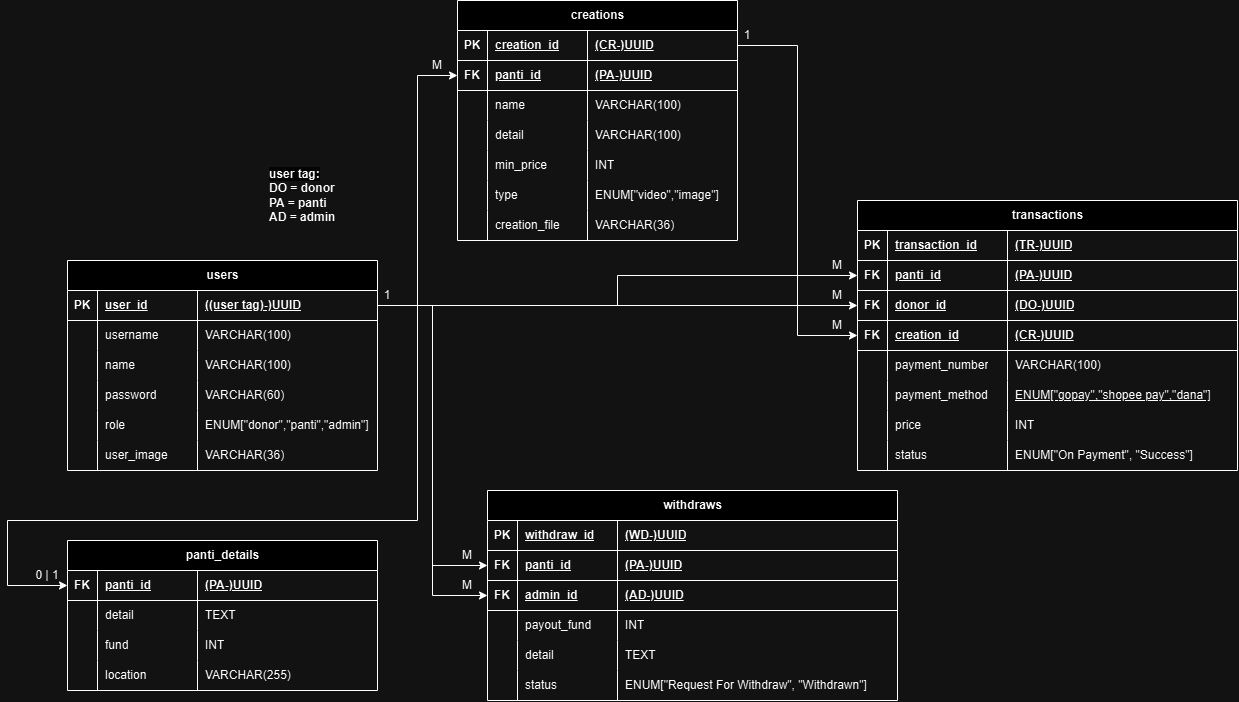
This is karya-asuh.drawio.png from karya-asuh/karya-asuh-website, a draw.io export, as it was before one commit. Source tidied: cells renumbered, new cells last; positions are measured from the earlier drawing's top-left corner, leaving out a move shared by most shapes.
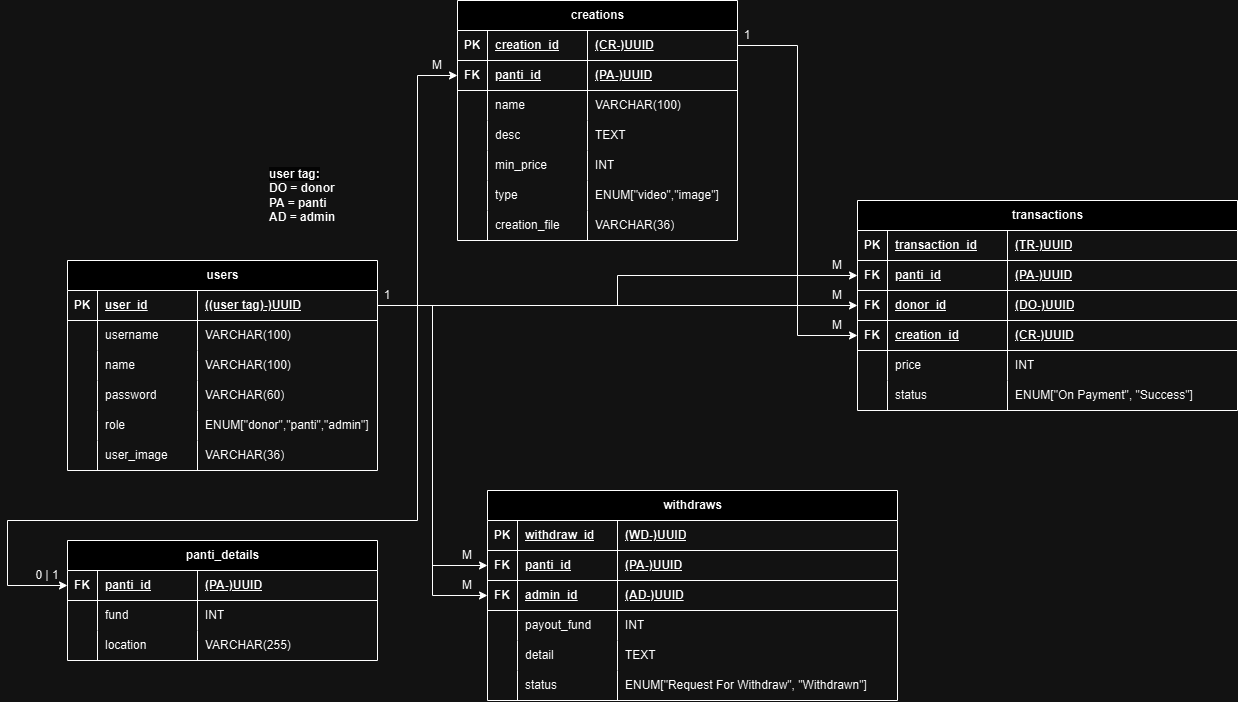
After the commit.

Commit message:
Fix: Data Table

The edit, as a diff of the source:
```diff
@@ -122,10 +122,10 @@
     <mxCell id="41" style="shape=partialRectangle;fillColor=none;top=0;left=0;bottom=0;right=0;overflow=hidden;whiteSpace=wrap;html=1;" parent="40" vertex="1">
       <mxGeometry width="30" height="30" as="geometry" />
     </mxCell>
-    <mxCell id="42" value="detail" style="shape=partialRectangle;fillColor=none;top=0;left=0;bottom=0;right=0;align=left;spacingLeft=6;overflow=hidden;whiteSpace=wrap;html=1;" parent="40" vertex="1">
+    <mxCell id="42" value="desc" style="shape=partialRectangle;fillColor=none;top=0;left=0;bottom=0;right=0;align=left;spacingLeft=6;overflow=hidden;whiteSpace=wrap;html=1;" parent="40" vertex="1">
       <mxGeometry x="30" width="100" height="30" as="geometry" />
     </mxCell>
-    <mxCell id="43" value="VARCHAR(100)" style="shape=partialRectangle;fillColor=none;top=0;left=0;bottom=0;right=0;align=left;spacingLeft=6;overflow=hidden;whiteSpace=wrap;html=1;" parent="40" vertex="1">
+    <mxCell id="43" value="TEXT" style="shape=partialRectangle;fillColor=none;top=0;left=0;bottom=0;right=0;align=left;spacingLeft=6;overflow=hidden;whiteSpace=wrap;html=1;" parent="40" vertex="1">
       <mxGeometry x="130" width="150" height="30" as="geometry" />
     </mxCell>
     <mxCell id="44" style="shape=tableRow;horizontal=0;startSize=0;swimlaneHead=0;swimlaneBody=0;fillColor=none;top=0;left=0;right=0;bottom=0;" parent="27" vertex="1">
@@ -168,7 +168,7 @@
       <mxGeometry x="800" y="250" width="60" height="30" as="geometry" />
     </mxCell>
     <mxCell id="57" value="transactions" style="shape=table;startSize=30;rowLines=0;fontStyle=1;align=center;html=1;" parent="1" vertex="1">
-      <mxGeometry x="850" y="200" width="380" height="270" as="geometry" />
+      <mxGeometry x="850" y="200" width="380" height="210" as="geometry" />
     </mxCell>
     <mxCell id="58" style="shape=tableRow;horizontal=0;startSize=0;swimlaneHead=0;swimlaneBody=0;fillColor=none;top=0;left=0;right=0;bottom=1;" parent="57" vertex="1">
       <mxGeometry y="30" width="380" height="30" as="geometry" />
@@ -218,32 +218,8 @@
     <mxCell id="73" value="(CR-)UUID" style="shape=partialRectangle;fillColor=none;top=0;left=0;bottom=0;right=0;align=left;spacingLeft=6;fontStyle=5;overflow=hidden;whiteSpace=wrap;html=1;" parent="70" vertex="1">
       <mxGeometry x="150" width="230" height="30" as="geometry" />
     </mxCell>
-    <mxCell id="74" style="shape=tableRow;horizontal=0;startSize=0;swimlaneHead=0;swimlaneBody=0;fillColor=none;top=0;left=0;right=0;bottom=0;" parent="57" vertex="1">
-      <mxGeometry y="150" width="380" height="30" as="geometry" />
-    </mxCell>
-    <mxCell id="75" style="shape=partialRectangle;fillColor=none;top=0;left=0;bottom=0;right=0;overflow=hidden;whiteSpace=wrap;html=1;" parent="74" vertex="1">
-      <mxGeometry width="30" height="30" as="geometry" />
-    </mxCell>
-    <mxCell id="76" value="payment_number" style="shape=partialRectangle;fillColor=none;top=0;left=0;bottom=0;right=0;align=left;spacingLeft=6;overflow=hidden;whiteSpace=wrap;html=1;" parent="74" vertex="1">
-      <mxGeometry x="30" width="120" height="30" as="geometry" />
-    </mxCell>
-    <mxCell id="77" value="VARCHAR(100)" style="shape=partialRectangle;fillColor=none;top=0;left=0;bottom=0;right=0;align=left;spacingLeft=6;overflow=hidden;whiteSpace=wrap;html=1;" parent="74" vertex="1">
-      <mxGeometry x="150" width="230" height="30" as="geometry" />
-    </mxCell>
-    <mxCell id="78" style="shape=tableRow;horizontal=0;startSize=0;swimlaneHead=0;swimlaneBody=0;fillColor=none;top=0;left=0;right=0;bottom=0;" parent="57" vertex="1">
-      <mxGeometry y="180" width="380" height="30" as="geometry" />
-    </mxCell>
-    <mxCell id="79" style="shape=partialRectangle;fillColor=none;top=0;left=0;bottom=0;right=0;overflow=hidden;whiteSpace=wrap;html=1;" parent="78" vertex="1">
-      <mxGeometry width="30" height="30" as="geometry" />
-    </mxCell>
-    <mxCell id="80" value="payment_method" style="shape=partialRectangle;fillColor=none;top=0;left=0;bottom=0;right=0;align=left;spacingLeft=6;overflow=hidden;whiteSpace=wrap;html=1;" parent="78" vertex="1">
-      <mxGeometry x="30" width="120" height="30" as="geometry" />
-    </mxCell>
-    <mxCell id="81" value="&lt;span style=&quot;text-decoration-line: underline;&quot;&gt;ENUM[&quot;gopay&quot;,&quot;shopee pay&quot;,&quot;dana&quot;]&lt;/span&gt;" style="shape=partialRectangle;fillColor=none;top=0;left=0;bottom=0;right=0;align=left;spacingLeft=6;overflow=hidden;whiteSpace=wrap;html=1;" parent="78" vertex="1">
-      <mxGeometry x="150" width="230" height="30" as="geometry" />
-    </mxCell>
     <mxCell id="82" style="shape=tableRow;horizontal=0;startSize=0;swimlaneHead=0;swimlaneBody=0;fillColor=none;top=0;left=0;right=0;bottom=0;" parent="57" vertex="1">
-      <mxGeometry y="210" width="380" height="30" as="geometry" />
+      <mxGeometry y="150" width="380" height="30" as="geometry" />
     </mxCell>
     <mxCell id="83" style="shape=partialRectangle;fillColor=none;top=0;left=0;bottom=0;right=0;overflow=hidden;whiteSpace=wrap;html=1;" parent="82" vertex="1">
       <mxGeometry width="30" height="30" as="geometry" />
@@ -255,7 +231,7 @@
       <mxGeometry x="150" width="230" height="30" as="geometry" />
     </mxCell>
     <mxCell id="86" style="shape=tableRow;horizontal=0;startSize=0;swimlaneHead=0;swimlaneBody=0;fillColor=none;top=0;left=0;right=0;bottom=0;" parent="57" vertex="1">
-      <mxGeometry y="240" width="380" height="30" as="geometry" />
+      <mxGeometry y="180" width="380" height="30" as="geometry" />
     </mxCell>
     <mxCell id="87" style="shape=partialRectangle;fillColor=none;top=0;left=0;bottom=0;right=0;overflow=hidden;whiteSpace=wrap;html=1;" parent="86" vertex="1">
       <mxGeometry width="30" height="30" as="geometry" />
@@ -372,7 +348,7 @@
       <mxGeometry x="400" y="50" width="60" height="30" as="geometry" />
     </mxCell>
     <mxCell id="125" value="panti_details" style="shape=table;startSize=30;rowLines=0;fontStyle=1;align=center;html=1;" parent="1" vertex="1">
-      <mxGeometry x="60" y="540" width="310" height="150" as="geometry" />
+      <mxGeometry x="60" y="540" width="310" height="120" as="geometry" />
     </mxCell>
     <mxCell id="126" style="shape=tableRow;horizontal=0;startSize=0;swimlaneHead=0;swimlaneBody=0;fillColor=none;points=[[0,0.5],[1,0.5]];portConstraint=eastwest;top=0;left=0;right=0;bottom=1;" parent="125" vertex="1">
       <mxGeometry y="30" width="310" height="30" as="geometry" />
@@ -386,20 +362,8 @@
     <mxCell id="129" value="(PA-)UUID" style="shape=partialRectangle;fillColor=none;top=0;left=0;bottom=0;right=0;align=left;spacingLeft=6;fontStyle=5;overflow=hidden;whiteSpace=wrap;html=1;" parent="126" vertex="1">
       <mxGeometry x="130" width="180" height="30" as="geometry" />
     </mxCell>
-    <mxCell id="130" style="shape=tableRow;horizontal=0;startSize=0;swimlaneHead=0;swimlaneBody=0;fillColor=none;top=0;left=0;right=0;bottom=0;" parent="125" vertex="1">
-      <mxGeometry y="60" width="310" height="30" as="geometry" />
-    </mxCell>
-    <mxCell id="131" style="shape=partialRectangle;fillColor=none;top=0;left=0;bottom=0;right=0;overflow=hidden;whiteSpace=wrap;html=1;" parent="130" vertex="1">
-      <mxGeometry width="30" height="30" as="geometry" />
-    </mxCell>
-    <mxCell id="132" value="detail" style="shape=partialRectangle;fillColor=none;top=0;left=0;bottom=0;right=0;align=left;spacingLeft=6;overflow=hidden;whiteSpace=wrap;html=1;" parent="130" vertex="1">
-      <mxGeometry x="30" width="100" height="30" as="geometry" />
-    </mxCell>
-    <mxCell id="133" value="TEXT" style="shape=partialRectangle;fillColor=none;top=0;left=0;bottom=0;right=0;align=left;spacingLeft=6;overflow=hidden;whiteSpace=wrap;html=1;" parent="130" vertex="1">
-      <mxGeometry x="130" width="180" height="30" as="geometry" />
-    </mxCell>
     <mxCell id="134" style="shape=tableRow;horizontal=0;startSize=0;swimlaneHead=0;swimlaneBody=0;fillColor=none;top=0;left=0;right=0;bottom=0;" parent="125" vertex="1">
-      <mxGeometry y="90" width="310" height="30" as="geometry" />
+      <mxGeometry y="60" width="310" height="30" as="geometry" />
     </mxCell>
     <mxCell id="135" style="shape=partialRectangle;fillColor=none;top=0;left=0;bottom=0;right=0;overflow=hidden;whiteSpace=wrap;html=1;" parent="134" vertex="1">
       <mxGeometry width="30" height="30" as="geometry" />
@@ -411,7 +375,7 @@
       <mxGeometry x="130" width="180" height="30" as="geometry" />
     </mxCell>
     <mxCell id="138" style="shape=tableRow;horizontal=0;startSize=0;swimlaneHead=0;swimlaneBody=0;fillColor=none;top=0;left=0;right=0;bottom=0;" parent="125" vertex="1">
-      <mxGeometry y="120" width="310" height="30" as="geometry" />
+      <mxGeometry y="90" width="310" height="30" as="geometry" />
     </mxCell>
     <mxCell id="139" style="shape=partialRectangle;fillColor=none;top=0;left=0;bottom=0;right=0;overflow=hidden;whiteSpace=wrap;html=1;" parent="138" vertex="1">
       <mxGeometry width="30" height="30" as="geometry" />
```
